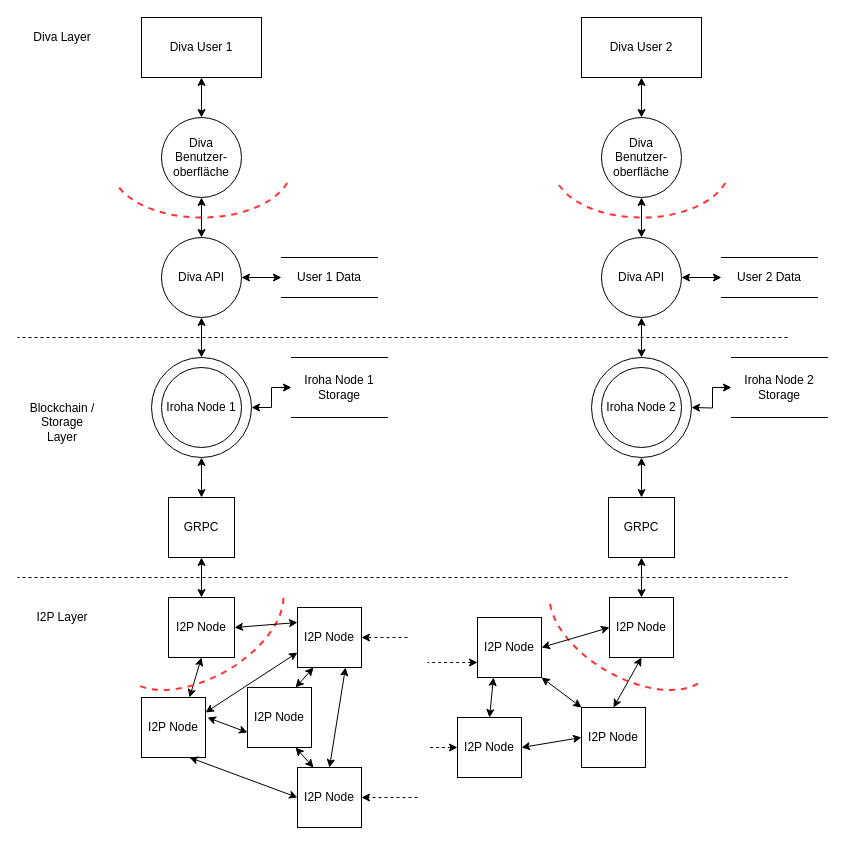
Before: DFD.drawio in cailllev/Bachelor-Thesis, a draw.io diagram. Source tidied: cells renumbered, new cells numbered last; positions are measured from the earlier drawing's top-left corner, leaving out a move shared by most shapes. Both pictures are drawn from the tidied source at 100%, with x=0, y=0 at pixel (17, 17).
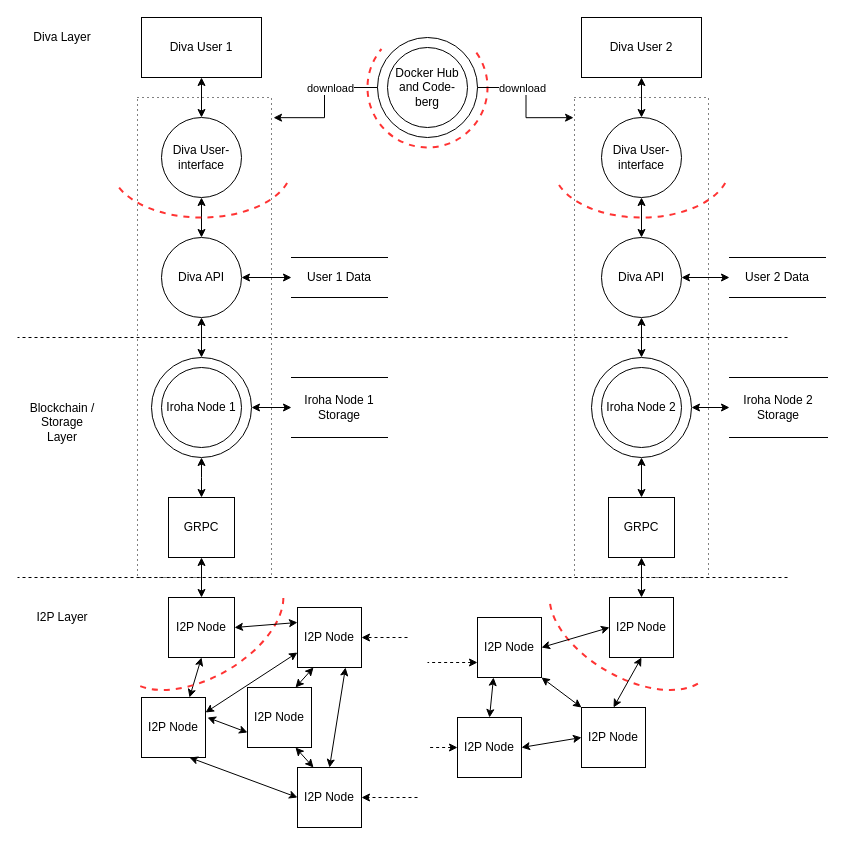
The same diagram, later.

Commit message (it also covers changes not shown here):
rework AbuseCases and DFD, add blueprint of ThreatModelling

The edit, as a diff of the source:
```diff
@@
+    <mxCell id="69" style="whiteSpace=wrap;html=1;fillColor=none;dashed=1;dashPattern=1 4;" parent="1" vertex="1">
+      <mxGeometry x="557" y="80" width="134" height="480" as="geometry" />
+    </mxCell>
+    <mxCell id="70" style="verticalLabelPosition=bottom;verticalAlign=top;html=1;shape=mxgraph.basic.arc;startAngle=0.15147257731277766;endAngle=0.8608273187434494;dashed=1;strokeColor=#FF3333;strokeWidth=2;rotation=0;" parent="1" vertex="1">
+      <mxGeometry x="350" y="10" width="120" height="120" as="geometry" />
+    </mxCell>
+    <mxCell id="71" style="whiteSpace=wrap;html=1;fillColor=none;dashed=1;dashPattern=1 4;" parent="1" vertex="1">
+      <mxGeometry x="120" y="80" width="134" height="480" as="geometry" />
+    </mxCell>
@@
     <mxCell id="55" value="&lt;span&gt;Iroha Node 1 Storage&lt;br&gt;&lt;/span&gt;" style="shape=partialRectangle;whiteSpace=wrap;html=1;left=0;right=0;fillColor=none;rounded=0;glass=1;" parent="1" vertex="1">
-      <mxGeometry x="274" y="340" width="96" height="60" as="geometry" />
+      <mxGeometry x="274" y="360" width="96" height="60" as="geometry" />
     </mxCell>
@@
     <mxCell id="57" value="&lt;span&gt;Iroha Node 2 Storage&lt;br&gt;&lt;/span&gt;" style="shape=partialRectangle;whiteSpace=wrap;html=1;left=0;right=0;fillColor=none;rounded=0;glass=1;" parent="1" vertex="1">
-      <mxGeometry x="714" y="340" width="96" height="60" as="geometry" />
+      <mxGeometry x="712" y="360" width="98" height="60" as="geometry" />
     </mxCell>
@@
     <mxCell id="60" value="&lt;span&gt;User 1 Data&lt;br&gt;&lt;/span&gt;" style="shape=partialRectangle;whiteSpace=wrap;html=1;left=0;right=0;fillColor=none;rounded=0;glass=1;" parent="1" vertex="1">
-      <mxGeometry x="264" y="240" width="96" height="40" as="geometry" />
+      <mxGeometry x="274" y="240" width="96" height="40" as="geometry" />
     </mxCell>
@@
     <mxCell id="62" value="&lt;span&gt;User 2 Data&lt;br&gt;&lt;/span&gt;" style="shape=partialRectangle;whiteSpace=wrap;html=1;left=0;right=0;fillColor=none;rounded=0;glass=1;" parent="1" vertex="1">
-      <mxGeometry x="704" y="240" width="96" height="40" as="geometry" />
+      <mxGeometry x="712" y="240" width="96" height="40" as="geometry" />
     </mxCell>
@@
-    <mxCell id="65" value="Diva Benutzer-oberfläche" style="ellipse;whiteSpace=wrap;html=1;" parent="1" vertex="1">
+    <mxCell id="65" value="Diva User-interface" style="ellipse;whiteSpace=wrap;html=1;" parent="1" vertex="1">
       <mxGeometry x="144" y="100" width="80" height="80" as="geometry" />
     </mxCell>
@@
-    <mxCell id="68" value="Diva Benutzer-oberfläche" style="ellipse;whiteSpace=wrap;html=1;" parent="1" vertex="1">
+    <mxCell id="68" value="Diva User-interface" style="ellipse;whiteSpace=wrap;html=1;" parent="1" vertex="1">
       <mxGeometry x="584" y="100" width="80" height="80" as="geometry" />
     </mxCell>
+    <mxCell id="72" style="group;" parent="1" vertex="1">
+      <mxGeometry x="360" y="20" width="100" height="100" as="geometry" />
+    </mxCell>
+    <mxCell id="73" style="ellipse;whiteSpace=wrap;html=1;strokeWidth=1;" parent="72" vertex="1">
+      <mxGeometry width="100" height="100" as="geometry" />
+    </mxCell>
+    <mxCell id="74" value="Docker Hub and Code-berg" style="ellipse;whiteSpace=wrap;html=1;strokeWidth=1;" parent="72" vertex="1">
+      <mxGeometry x="10" y="10" width="80" height="80" as="geometry" />
+    </mxCell>
+    <mxCell id="75" style="edgeStyle=orthogonalEdgeStyle;rounded=0;jettySize=auto;html=1;shadow=0;sketch=0;startArrow=none;startFill=0;entryX=1.015;entryY=0.042;entryDx=0;entryDy=0;exitX=0;exitY=0.5;exitDx=0;exitDy=0;entryPerimeter=0;" parent="1" edge="1" source="73" target="71">
+      <mxGeometry relative="1" as="geometry" />
+    </mxCell>
+    <mxCell id="76" value="download" style="edgeLabel;html=1;align=center;verticalAlign=middle;" parent="75" vertex="1">
+      <mxGeometry x="-0.28" relative="1" as="geometry" />
+    </mxCell>
+    <mxCell id="77" style="edgeStyle=orthogonalEdgeStyle;rounded=0;jettySize=auto;html=1;shadow=0;sketch=0;startArrow=none;startFill=0;exitX=1;exitY=0.5;exitDx=0;exitDy=0;entryX=-0.007;entryY=0.042;entryDx=0;entryDy=0;entryPerimeter=0;" parent="1" edge="1" source="73" target="69">
+      <mxGeometry relative="1" as="geometry" />
+    </mxCell>
+    <mxCell id="78" value="download" style="edgeLabel;html=1;align=center;verticalAlign=middle;" parent="1" vertex="1">
+      <mxGeometry x="504" y="70" as="geometry" />
+    </mxCell>
```
